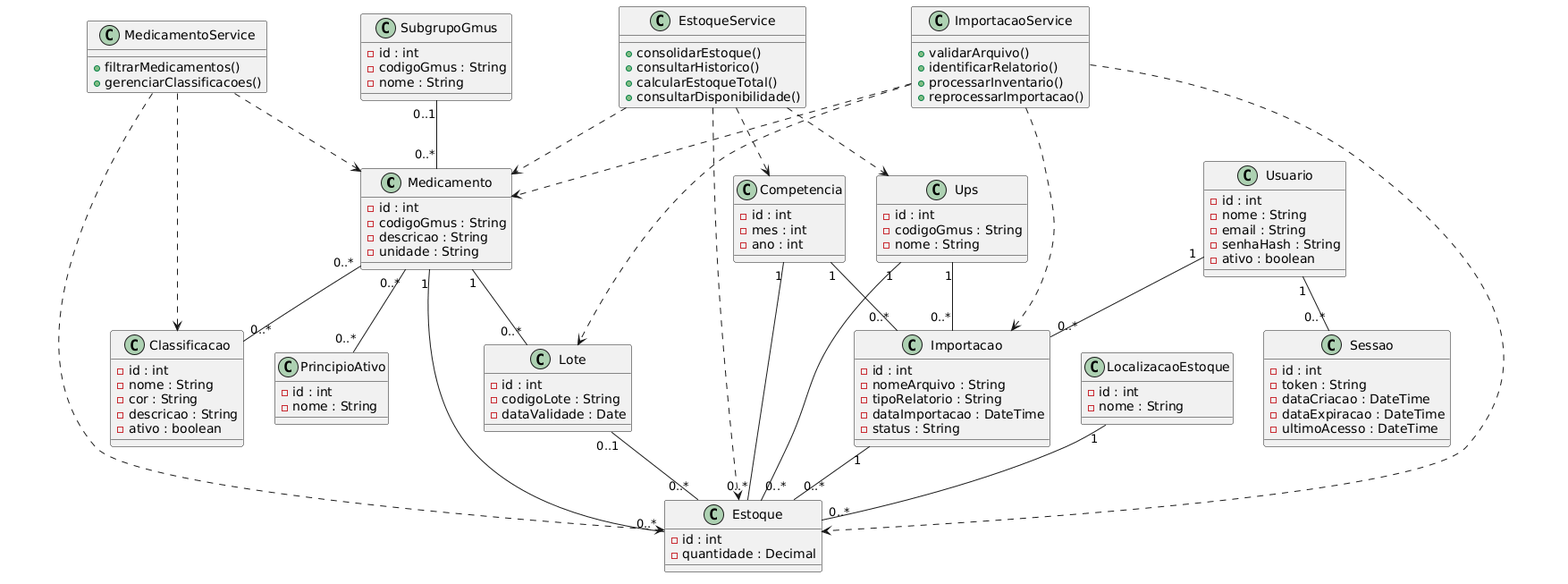
Earlier version of the PlantUML export docs/diagramas/classes/diagrama-classes.png (mariaclarapp/stockflow). Source of this version:
```plantuml
@startuml
class Medicamento {
  - id : int
  - codigoGmus : String
  - descricao : String
  - unidade : String
}

class SubgrupoGmus {
  - id : int
  - codigoGmus : String
  - nome : String
}

class PrincipioAtivo {
  - id : int
  - nome : String
}

class Classificacao {
  - id : int
  - nome : String
  - cor : String
  - descricao : String
  - ativo : boolean
}

class Ups {
  - id : int
  - codigoGmus : String
  - nome : String
}

class Competencia {
  - id : int
  - mes : int
  - ano : int
}

class Lote {
  - id : int
  - codigoLote : String
  - dataValidade : Date
}

class LocalizacaoEstoque {
  - id : int
  - nome : String
}

class Estoque {
  - id : int
  - quantidade : Decimal
}

class Importacao {
  - id : int
  - nomeArquivo : String
  - tipoRelatorio : String
  - dataImportacao : DateTime
  - status : String
}

class Usuario {
  - id : int
  - nome : String
  - email : String
  - senhaHash : String
  - ativo : boolean
}

class Sessao {
  - id : int
  - token : String
  - dataCriacao : DateTime
  - dataExpiracao : DateTime
  - ultimoAcesso : DateTime
}

class ImportacaoService {
  + validarArquivo()
  + identificarRelatorio()
  + processarInventario()
  + reprocessarImportacao()
}

class EstoqueService {
  + consolidarEstoque()
  + consultarHistorico()
  + calcularEstoqueTotal()
  + consultarDisponibilidade()
}

class MedicamentoService {
  + filtrarMedicamentos()
  + gerenciarClassificacoes()
}

SubgrupoGmus "0..1" -- "0..*" Medicamento

Medicamento "0..*" -- "0..*" PrincipioAtivo
Medicamento "0..*" -- "0..*" Classificacao

Medicamento "1" -- "0..*" Lote
Medicamento "1" -- "0..*" Estoque

Ups "1" -- "0..*" Estoque
Competencia "1" -- "0..*" Estoque
Lote "0..1" -- "0..*" Estoque
LocalizacaoEstoque "1" -- "0..*" Estoque
Importacao "1" -- "0..*" Estoque

Usuario "1" -- "0..*" Importacao
Usuario "1" -- "0..*" Sessao

Ups "1" -- "0..*" Importacao
Competencia "1" -- "0..*" Importacao

ImportacaoService ..> Importacao
ImportacaoService ..> Estoque
ImportacaoService ..> Medicamento
ImportacaoService ..> Lote

EstoqueService ..> Estoque
EstoqueService ..> Medicamento
EstoqueService ..> Competencia
EstoqueService ..> Ups

MedicamentoService ..> Medicamento
MedicamentoService ..> Classificacao
MedicamentoService ..> Estoque
@enduml
```
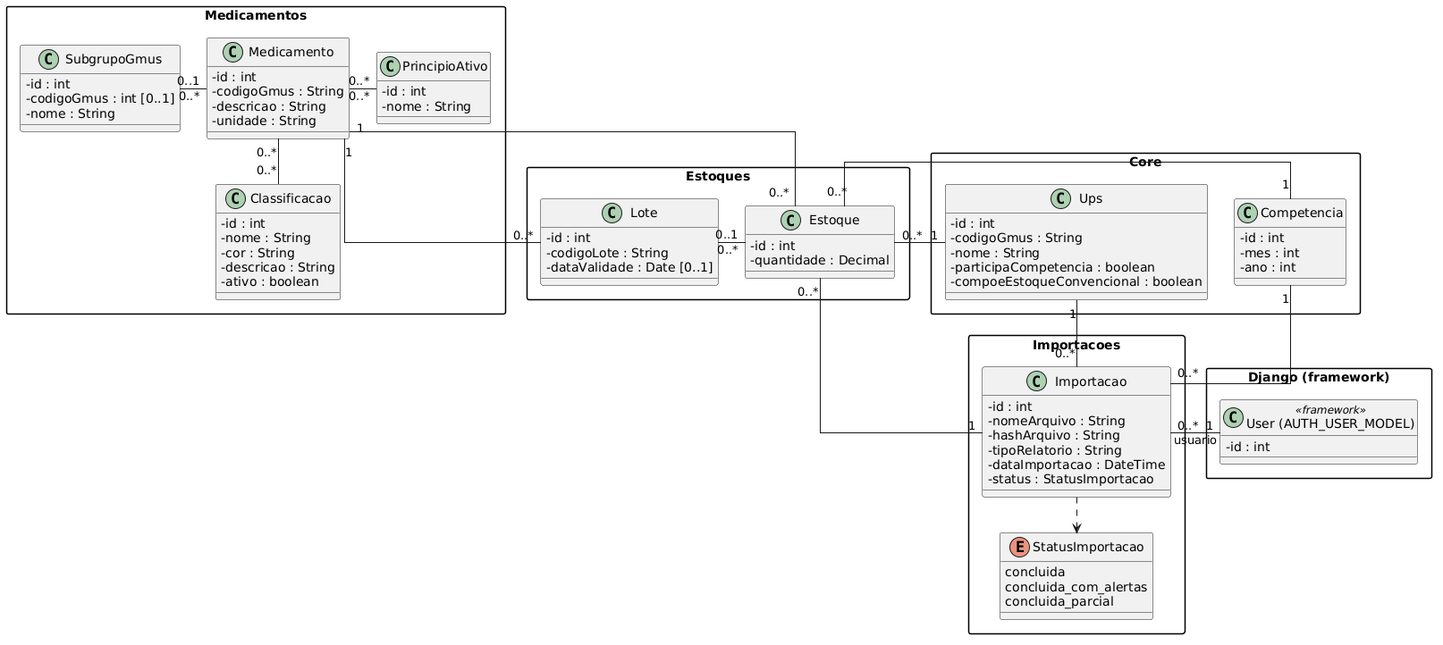
After the commit.

Commit message:
docs: atualiza diagramas de classes e DER

Change to the diagram source:
```diff
@@ -1,132 +1,105 @@
 @startuml
-class Medicamento {
-  - id : int
-  - codigoGmus : String
-  - descricao : String
-  - unidade : String
+top to bottom direction
+
+skinparam classAttributeIconSize 0
+skinparam packageStyle rectangle
+skinparam linetype ortho
+skinparam nodesep 30
+skinparam ranksep 40
+
+package "Medicamentos" {
+  class SubgrupoGmus {
+    - id : int
+    - codigoGmus : int [0..1]
+    - nome : String
+  }
+
+  class Medicamento {
+    - id : int
+    - codigoGmus : String
+    - descricao : String
+    - unidade : String
+  }
+
+  class PrincipioAtivo {
+    - id : int
+    - nome : String
+  }
+
+  class Classificacao {
+    - id : int
+    - nome : String
+    - cor : String
+    - descricao : String
+    - ativo : boolean
+  }
 }
 
-class SubgrupoGmus {
-  - id : int
-  - codigoGmus : String
-  - nome : String
+package "Estoques" {
+  class Lote {
+    - id : int
+    - codigoLote : String
+    - dataValidade : Date [0..1]
+  }
+
+  class Estoque {
+    - id : int
+    - quantidade : Decimal
+  }
 }
 
-class PrincipioAtivo {
-  - id : int
-  - nome : String
+package "Core" {
+  class Ups {
+    - id : int
+    - codigoGmus : String
+    - nome : String
+    - participaCompetencia : boolean
+    - compoeEstoqueConvencional : boolean
+  }
+
+  class Competencia {
+    - id : int
+    - mes : int
+    - ano : int
+  }
 }
 
-class Classificacao {
-  - id : int
-  - nome : String
-  - cor : String
-  - descricao : String
-  - ativo : boolean
+package "Importacoes" {
+  enum StatusImportacao {
+    concluida
+    concluida_com_alertas
+    concluida_parcial
+  }
+
+  class Importacao {
+    - id : int
+    - nomeArquivo : String
+    - hashArquivo : String
+    - tipoRelatorio : String
+    - dataImportacao : DateTime
+    - status : StatusImportacao
+  }
 }
 
-class Ups {
-  - id : int
-  - codigoGmus : String
-  - nome : String
+package "Django (framework)" {
+  class "User (AUTH_USER_MODEL)" as DjangoUser <<framework>> {
+    - id : int
+  }
 }
 
-class Competencia {
-  - id : int
-  - mes : int
-  - ano : int
-}
+SubgrupoGmus "0..1" -right- "0..*" Medicamento
+Medicamento "0..*" -right- "0..*" PrincipioAtivo
+Medicamento "0..*" -down- "0..*" Classificacao
 
-class Lote {
-  - id : int
-  - codigoLote : String
-  - dataValidade : Date
-}
+Medicamento "1" -down- "0..*" Lote
+Medicamento "1" -down- "0..*" Estoque
+Ups "1" -left- "0..*" Estoque
+Competencia "1" -left- "0..*" Estoque
+Lote "0..1" -right- "0..*" Estoque
+Importacao "1" -up- "0..*" Estoque
 
-class LocalizacaoEstoque {
-  - id : int
-  - nome : String
-}
-
-class Estoque {
-  - id : int
-  - quantidade : Decimal
-}
-
-class Importacao {
-  - id : int
-  - nomeArquivo : String
-  - tipoRelatorio : String
-  - dataImportacao : DateTime
-  - status : String
-}
-
-class Usuario {
-  - id : int
-  - nome : String
-  - email : String
-  - senhaHash : String
-  - ativo : boolean
-}
-
-class Sessao {
-  - id : int
-  - token : String
-  - dataCriacao : DateTime
-  - dataExpiracao : DateTime
-  - ultimoAcesso : DateTime
-}
-
-class ImportacaoService {
-  + validarArquivo()
-  + identificarRelatorio()
-  + processarInventario()
-  + reprocessarImportacao()
-}
-
-class EstoqueService {
-  + consolidarEstoque()
-  + consultarHistorico()
-  + calcularEstoqueTotal()
-  + consultarDisponibilidade()
-}
-
-class MedicamentoService {
-  + filtrarMedicamentos()
-  + gerenciarClassificacoes()
-}
-
-SubgrupoGmus "0..1" -- "0..*" Medicamento
-
-Medicamento "0..*" -- "0..*" PrincipioAtivo
-Medicamento "0..*" -- "0..*" Classificacao
-
-Medicamento "1" -- "0..*" Lote
-Medicamento "1" -- "0..*" Estoque
-
-Ups "1" -- "0..*" Estoque
-Competencia "1" -- "0..*" Estoque
-Lote "0..1" -- "0..*" Estoque
-LocalizacaoEstoque "1" -- "0..*" Estoque
-Importacao "1" -- "0..*" Estoque
-
-Usuario "1" -- "0..*" Importacao
-Usuario "1" -- "0..*" Sessao
-
-Ups "1" -- "0..*" Importacao
-Competencia "1" -- "0..*" Importacao
-
-ImportacaoService ..> Importacao
-ImportacaoService ..> Estoque
-ImportacaoService ..> Medicamento
-ImportacaoService ..> Lote
-
-EstoqueService ..> Estoque
-EstoqueService ..> Medicamento
-EstoqueService ..> Competencia
-EstoqueService ..> Ups
-
-MedicamentoService ..> Medicamento
-MedicamentoService ..> Classificacao
-MedicamentoService ..> Estoque
+DjangoUser "1" -left- "0..*" Importacao : usuario
+Ups "1" -down- "0..*" Importacao
+Competencia "1" -down- "0..*" Importacao
+Importacao ..> StatusImportacao
 @enduml
```
